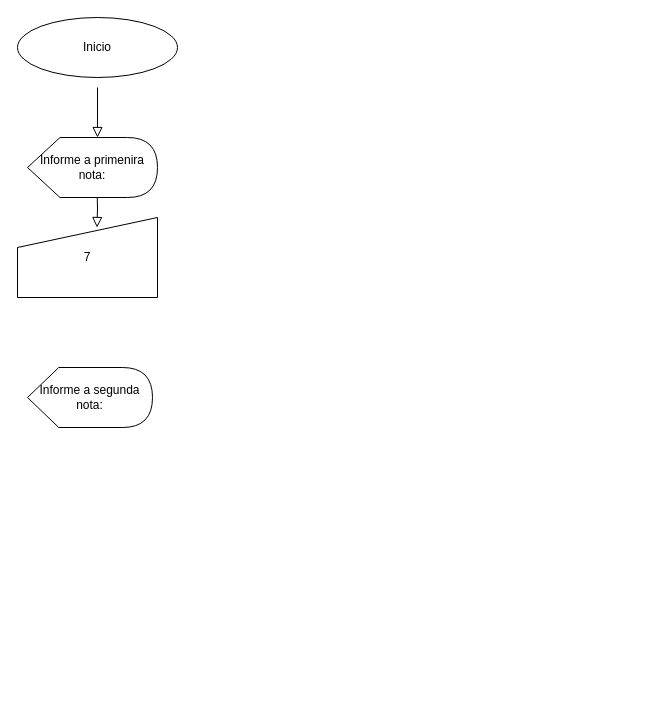
This is Diagrama sem nome.drawio from Antonietaflor/Senai-versao-colabora-ao, a draw.io file, before an edit. Source tidied: cells renumbered, new cells numbered last; positions are measured from the earlier drawing's top-left corner, leaving out a move shared by most shapes. Both pictures are drawn from the tidied source at 100%, with x=0, y=0 at pixel (17, 17).
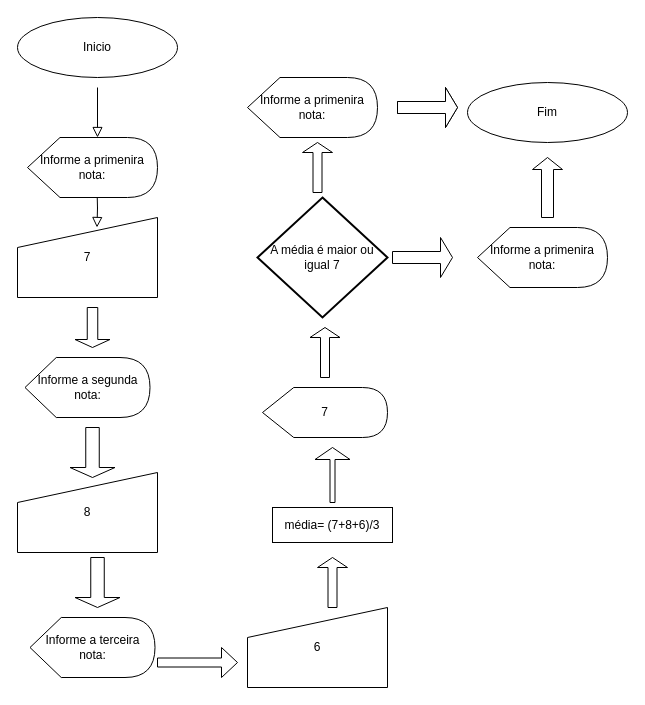
Above is the later version.

What changed in the source:
```diff
@@
     <mxCell id="7" value="Informe a segunda nota:" style="shape=display;whiteSpace=wrap;html=1;" parent="1" vertex="1">
-      <mxGeometry x="10" y="350" width="125" height="60" as="geometry" />
+      <mxGeometry x="7.5" y="340" width="125" height="60" as="geometry" />
     </mxCell>
+    <mxCell id="8" style="shape=singleArrow;direction=south;whiteSpace=wrap;html=1;" parent="1" vertex="1">
+      <mxGeometry x="57.5" y="290" width="35" height="40" as="geometry" />
+    </mxCell>
+    <mxCell id="9" style="shape=singleArrow;direction=south;whiteSpace=wrap;html=1;" parent="1" vertex="1">
+      <mxGeometry x="52.5" y="410" width="45" height="50" as="geometry" />
+    </mxCell>
+    <mxCell id="10" value="8" style="shape=manualInput;whiteSpace=wrap;html=1;" parent="1" vertex="1">
+      <mxGeometry y="455" width="140" height="80" as="geometry" />
+    </mxCell>
+    <mxCell id="11" style="shape=singleArrow;direction=south;whiteSpace=wrap;html=1;" parent="1" vertex="1">
+      <mxGeometry x="57.5" y="540" width="45" height="50" as="geometry" />
+    </mxCell>
+    <mxCell id="12" value="Informe a terceira&lt;div&gt;nota:&lt;/div&gt;" style="shape=display;whiteSpace=wrap;html=1;" parent="1" vertex="1">
+      <mxGeometry x="12.5" y="600" width="125" height="60" as="geometry" />
+    </mxCell>
+    <mxCell id="13" style="shape=singleArrow;whiteSpace=wrap;html=1;" parent="1" vertex="1">
+      <mxGeometry x="140" y="630" width="80" height="30" as="geometry" />
+    </mxCell>
+    <mxCell id="14" style="edgeStyle=orthogonalEdgeStyle;rounded=0;orthogonalLoop=1;jettySize=auto;html=1;exitX=0.5;exitY=1;exitDx=0;exitDy=0;" parent="1" edge="1" source="10" target="10">
+      <mxGeometry relative="1" as="geometry" />
+    </mxCell>
+    <mxCell id="15" value="6" style="shape=manualInput;whiteSpace=wrap;html=1;" parent="1" vertex="1">
+      <mxGeometry x="230" y="590" width="140" height="80" as="geometry" />
+    </mxCell>
+    <mxCell id="16" style="shape=singleArrow;direction=north;whiteSpace=wrap;html=1;" parent="1" vertex="1">
+      <mxGeometry x="300" y="540" width="30" height="50" as="geometry" />
+    </mxCell>
+    <mxCell id="17" value="média= (7+8+6)/3" style="rounded=0;whiteSpace=wrap;html=1;" parent="1" vertex="1">
+      <mxGeometry x="255" y="490" width="120" height="35" as="geometry" />
+    </mxCell>
+    <mxCell id="18" style="shape=singleArrow;direction=north;whiteSpace=wrap;html=1;arrowWidth=0.14285714285714285;arrowSize=0.21818181818181817;" parent="1" vertex="1">
+      <mxGeometry x="297.5" y="430" width="35" height="55" as="geometry" />
+    </mxCell>
+    <mxCell id="19" value="7" style="shape=display;whiteSpace=wrap;html=1;" parent="1" vertex="1">
+      <mxGeometry x="245" y="370" width="125" height="50" as="geometry" />
+    </mxCell>
+    <mxCell id="20" style="shape=singleArrow;direction=north;whiteSpace=wrap;html=1;" parent="1" vertex="1">
+      <mxGeometry x="292.5" y="310" width="30" height="50" as="geometry" />
+    </mxCell>
+    <mxCell id="21" value="A média é maior ou igual 7" style="strokeWidth=2;html=1;shape=mxgraph.flowchart.decision;whiteSpace=wrap;" parent="1" vertex="1">
+      <mxGeometry x="240" y="180" width="130" height="120" as="geometry" />
+    </mxCell>
+    <mxCell id="22" style="shape=singleArrow;whiteSpace=wrap;html=1;" parent="1" vertex="1">
+      <mxGeometry x="375" y="220" width="60" height="40" as="geometry" />
+    </mxCell>
+    <mxCell id="23" value="Informe a primenira nota:" style="shape=display;whiteSpace=wrap;html=1;" parent="1" vertex="1">
+      <mxGeometry x="460" y="210" width="130" height="60" as="geometry" />
+    </mxCell>
+    <mxCell id="24" value="Informe a primenira nota:" style="shape=display;whiteSpace=wrap;html=1;" parent="1" vertex="1">
+      <mxGeometry x="230" y="60" width="130" height="60" as="geometry" />
+    </mxCell>
+    <mxCell id="25" style="shape=singleArrow;direction=north;whiteSpace=wrap;html=1;" parent="1" vertex="1">
+      <mxGeometry x="285" y="125" width="30" height="50" as="geometry" />
+    </mxCell>
+    <mxCell id="26" value="Fim" style="ellipse;whiteSpace=wrap;html=1;" parent="1" vertex="1">
+      <mxGeometry x="450" y="65" width="160" height="60" as="geometry" />
+    </mxCell>
+    <mxCell id="27" style="shape=singleArrow;whiteSpace=wrap;html=1;" parent="1" vertex="1">
+      <mxGeometry x="380" y="70" width="60" height="40" as="geometry" />
+    </mxCell>
+    <mxCell id="28" style="shape=singleArrow;whiteSpace=wrap;html=1;" parent="1" vertex="1">
+      <mxGeometry x="380" y="70" width="60" height="40" as="geometry" />
+    </mxCell>
+    <mxCell id="29" style="shape=singleArrow;direction=north;whiteSpace=wrap;html=1;arrowWidth=0.4;arrowSize=0.2;" parent="1" vertex="1">
+      <mxGeometry x="515" y="140" width="30" height="60" as="geometry" />
+    </mxCell>
```
